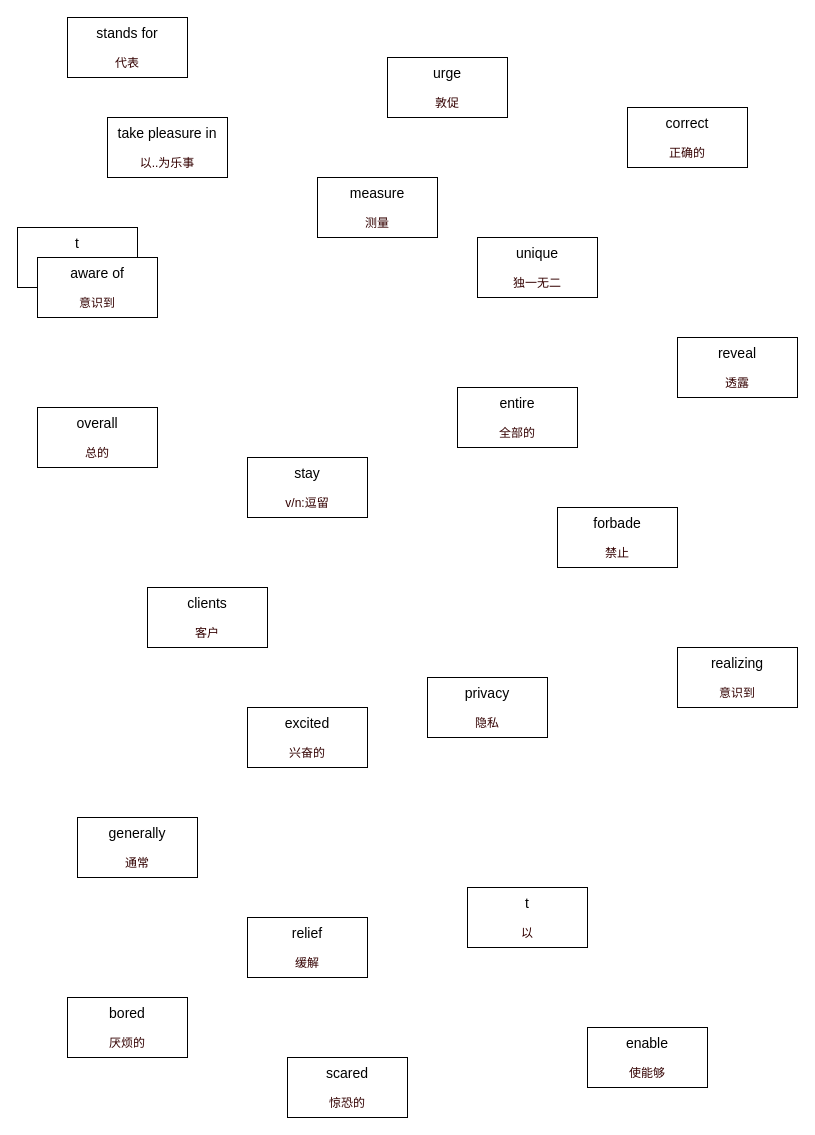
The draw.io diagram ocean.drawio in banBlue/drawio, before the edit. Source tidied: cells renumbered, new cells numbered last; positions are measured from the earlier drawing's top-left corner, leaving out a move shared by most shapes. Both pictures are drawn from the tidied source at 100%, with x=0, y=0 at pixel (17, 17).
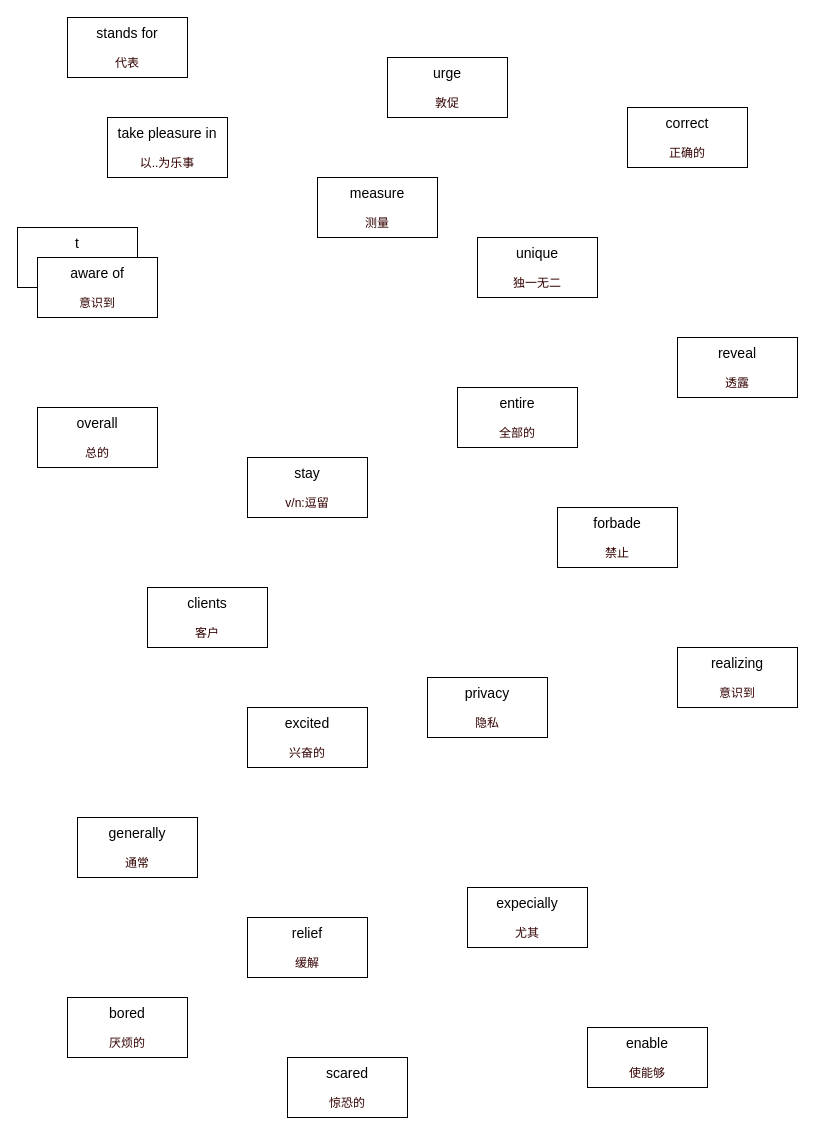
The same diagram, later.

Diff of the diagram source:
```diff
@@
-    <mxCell id="21" value="&lt;font style=&quot;font-size: 14px&quot;&gt;t&lt;br&gt;&lt;/font&gt;&lt;br&gt;&lt;font color=&quot;#330000&quot;&gt;以&lt;/font&gt;" style="rounded=0;whiteSpace=wrap;html=1;" parent="1" vertex="1">
+    <mxCell id="21" value="&lt;span style=&quot;font-size: 14px&quot;&gt;expecially&lt;/span&gt;&lt;br&gt;&lt;br&gt;&lt;font color=&quot;#330000&quot;&gt;尤其&lt;/font&gt;" style="rounded=0;whiteSpace=wrap;html=1;" parent="1" vertex="1">
       <mxGeometry x="450" y="870" width="120" height="60" as="geometry" />
     </mxCell>
```
